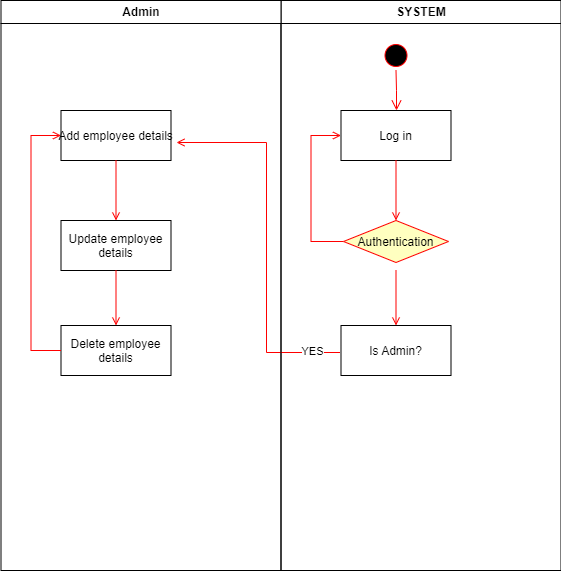
Earlier version of the draw.io export Employee information Activity Diagram.drawio.png (Arisa-Ndreu/test). Source tidied: cells renumbered, new cells last; positions are measured from the earlier drawing's top-left corner, leaving out a move shared by most shapes.
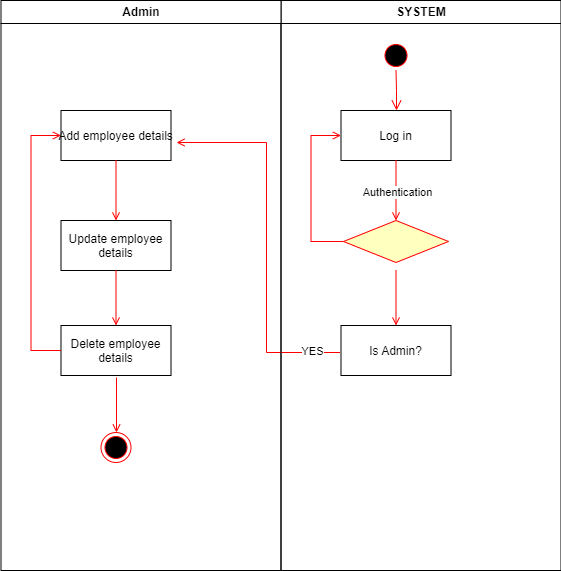
The same diagram one commit later.

Diff of the diagram source:
```diff
@@ -19,6 +19,9 @@
         <mxPoint x="115" y="220" as="targetPoint" />
       </mxGeometry>
     </mxCell>
+    <mxCell id="20" value="Authentication" style="edgeLabel;html=1;align=center;verticalAlign=middle;" parent="6" vertex="1">
+      <mxGeometry x="0.02" y="1" relative="1" as="geometry" />
+    </mxCell>
     <mxCell id="7" value="Is Admin?" parent="2" vertex="1">
       <mxGeometry x="60" y="325" width="110" height="50" as="geometry" />
     </mxCell>
@@ -34,7 +37,7 @@
         </Array>
       </mxGeometry>
     </mxCell>
-    <mxCell id="10" value="Authentication" style="rhombus;fillColor=#ffffc0;strokeColor=#ff0000;" parent="2" vertex="1">
+    <mxCell id="10" style="rhombus;fillColor=#ffffc0;strokeColor=#ff0000;" parent="2" vertex="1">
       <mxGeometry x="62.5" y="220" width="105" height="42" as="geometry" />
     </mxCell>
     <mxCell id="11" style="endArrow=open;strokeColor=#FF0000;endFill=1;rounded=0;" parent="2" edge="1">
@@ -75,5 +78,14 @@
         </Array>
       </mxGeometry>
     </mxCell>
+    <mxCell id="21" style="ellipse;html=1;shape=endState;fillColor=#000000;strokeColor=#ff0000;" parent="13" vertex="1">
+      <mxGeometry x="100" y="432" width="30" height="30" as="geometry" />
+    </mxCell>
+    <mxCell id="22" style="endArrow=open;strokeColor=#FF0000;endFill=1;rounded=0;" parent="13" edge="1">
+      <mxGeometry relative="1" as="geometry">
+        <mxPoint x="115.5" y="377" as="sourcePoint" />
+        <mxPoint x="115.5" y="432" as="targetPoint" />
+      </mxGeometry>
+    </mxCell>
   </root>
 </mxGraphModel>
```
